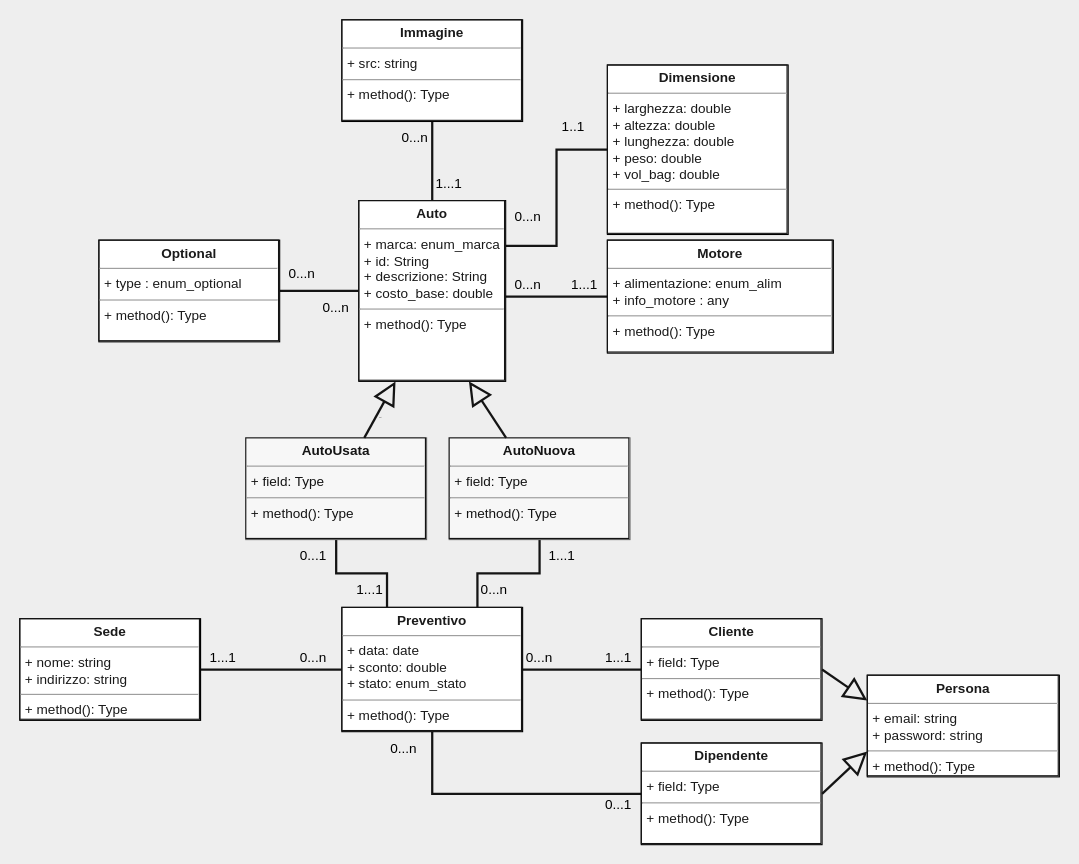
This is doc/UMLdiagram.drawio from 446f6e6e79/ConfiguratoreAuto, a draw.io file, before an edit. Source tidied: cells renumbered, new cells numbered last; positions are measured from the earlier drawing's top-left corner, leaving out a move shared by most shapes. Both pictures are drawn from the tidied source at 113%, with x=0, y=0 at pixel (19, 19).
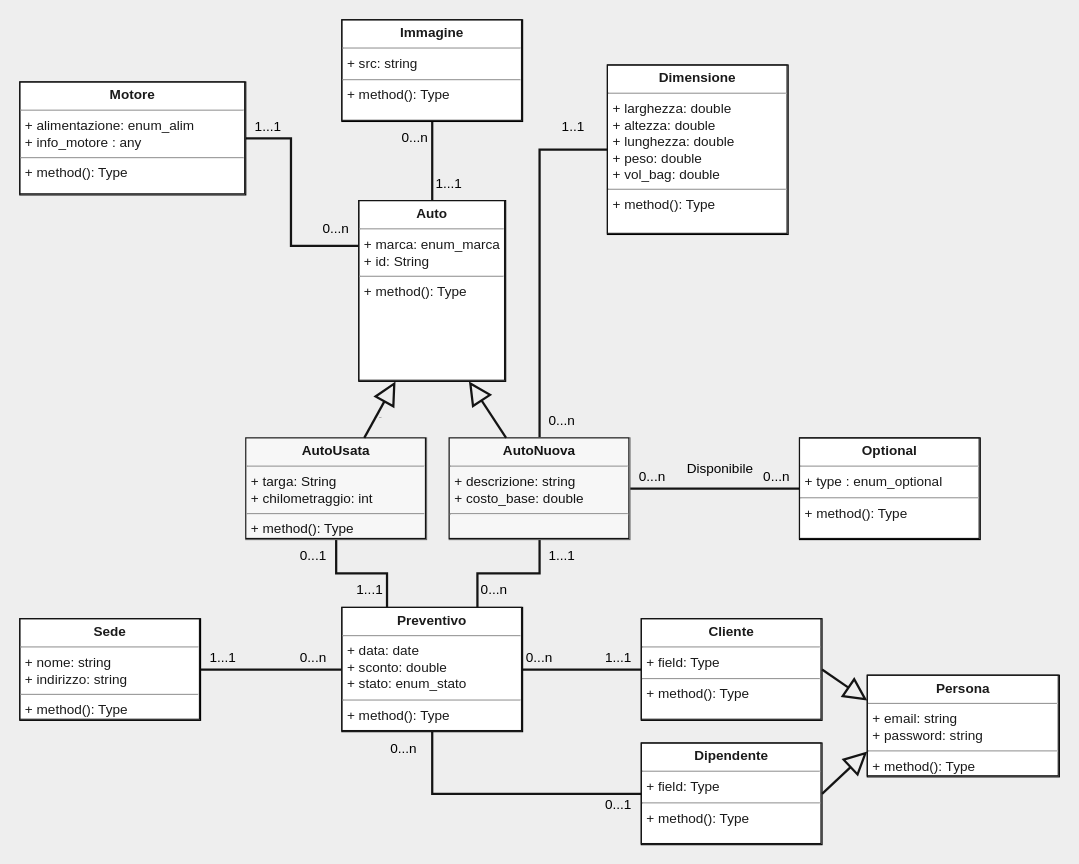
The same page after the edit.

Commit message (it also covers changes not shown here):
Small changes in Auto in the UML

The change refers to these unchanged cells:
```xml
<mxCell id="2" value="&lt;p style=&quot;margin:0px;margin-top:4px;text-align:center;&quot;&gt;&lt;b&gt;Dimensione&lt;/b&gt;&lt;/p&gt;&lt;hr size=&quot;1&quot;&gt;&lt;p style=&quot;margin:0px;margin-left:4px;&quot;&gt;+ larghezza: double&lt;/p&gt;&lt;p style=&quot;margin:0px;margin-left:4px;&quot;&gt;+ altezza: double&lt;/p&gt;&lt;p style=&quot;margin:0px;margin-left:4px;&quot;&gt;+ lunghezza: double&lt;/p&gt;&lt;p style=&quot;margin:0px;margin-left:4px;&quot;&gt;+ peso: double&lt;/p&gt;&lt;p style=&quot;margin:0px;margin-left:4px;&quot;&gt;+ vol_bag: double&lt;/p&gt;&lt;hr size=&quot;1&quot;&gt;&lt;p style=&quot;margin:0px;margin-left:4px;&quot;&gt;+ method(): Type&lt;/p&gt;" style="verticalAlign=top;align=left;overflow=fill;fontSize=12;fontFamily=Helvetica;html=1;labelBorderColor=#141414;fillColor=#FFFFFF;strokeColor=default;fontColor=#1A1A1A;rounded=0;" parent="1" vertex="1">
  <mxGeometry x="520" y="40" width="160" height="150" as="geometry" />
</mxCell>
```

Diff of the diagram source:
```diff
@@
-    <mxCell id="3" style="edgeStyle=orthogonalEdgeStyle;rounded=0;jettySize=auto;html=1;strokeColor=#141414;strokeWidth=2;endArrow=none;endFill=0;" parent="1" edge="1" source="4" target="9">
+    <mxCell id="3" style="edgeStyle=orthogonalEdgeStyle;rounded=0;jettySize=auto;html=1;strokeColor=#141414;strokeWidth=2;endArrow=none;endFill=0;entryX=1;entryY=0.5;entryDx=0;entryDy=0;" parent="1" edge="1" source="4" target="28">
       <mxGeometry relative="1" as="geometry" />
     </mxCell>
     <mxCell id="4" value="&lt;p style=&quot;margin:0px;margin-top:4px;text-align:center;&quot;&gt;&lt;b&gt;Optional&lt;/b&gt;&lt;/p&gt;&lt;hr size=&quot;1&quot;&gt;&lt;p style=&quot;margin:0px;margin-left:4px;&quot;&gt;+ type : enum_optional&lt;/p&gt;&lt;hr size=&quot;1&quot;&gt;&lt;p style=&quot;margin:0px;margin-left:4px;&quot;&gt;+ method(): Type&lt;/p&gt;" style="verticalAlign=top;align=left;overflow=fill;fontSize=12;fontFamily=Helvetica;html=1;labelBorderColor=#141414;fillColor=#FFFFFF;strokeColor=default;fontColor=#1A1A1A;rounded=0;" parent="1" vertex="1">
-      <mxGeometry x="70" y="195" width="160" height="90" as="geometry" />
+      <mxGeometry x="690" y="370" width="160" height="90" as="geometry" />
     </mxCell>
-    <mxCell id="5" style="edgeStyle=orthogonalEdgeStyle;rounded=0;jettySize=auto;html=1;strokeColor=#141414;strokeWidth=2;endArrow=none;endFill=0;exitX=0;exitY=0.5;exitDx=0;exitDy=0;" parent="1" edge="1" source="6">
+    <mxCell id="5" style="edgeStyle=orthogonalEdgeStyle;rounded=0;jettySize=auto;html=1;strokeColor=#141414;strokeWidth=2;endArrow=none;endFill=0;exitX=1;exitY=0.5;exitDx=0;exitDy=0;entryX=0;entryY=0.25;entryDx=0;entryDy=0;" parent="1" edge="1" source="6" target="9">
       <mxGeometry relative="1" as="geometry">
-        <mxPoint x="420" y="245" as="targetPoint" />
+        <Array as="points">
+          <mxPoint x="240" y="105" />
+          <mxPoint x="240" y="200" />
+        </Array>
       </mxGeometry>
     </mxCell>
     <mxCell id="6" value="&lt;p style=&quot;margin:0px;margin-top:4px;text-align:center;&quot;&gt;&lt;b&gt;Motore&lt;/b&gt;&lt;/p&gt;&lt;hr size=&quot;1&quot;&gt;&lt;p style=&quot;margin:0px;margin-left:4px;&quot;&gt;+ alimentazione: enum_alim&lt;/p&gt;&lt;p style=&quot;margin:0px;margin-left:4px;&quot;&gt;+ info_motore : any&lt;/p&gt;&lt;hr size=&quot;1&quot;&gt;&lt;p style=&quot;margin:0px;margin-left:4px;&quot;&gt;+ method(): Type&lt;/p&gt;" style="verticalAlign=top;align=left;overflow=fill;fontSize=12;fontFamily=Helvetica;html=1;labelBorderColor=#141414;fillColor=#FFFFFF;strokeColor=default;fontColor=#1A1A1A;rounded=0;" parent="1" vertex="1">
-      <mxGeometry x="520" y="195" width="200" height="100" as="geometry" />
+      <mxGeometry y="55" width="200" height="100" as="geometry" />
     </mxCell>
-    <mxCell id="7" style="edgeStyle=orthogonalEdgeStyle;rounded=0;jettySize=auto;html=1;exitX=1;exitY=0.25;exitDx=0;exitDy=0;entryX=0;entryY=0.5;entryDx=0;entryDy=0;strokeColor=#141414;strokeWidth=2;endArrow=none;endFill=0;" parent="1" edge="1" source="9" target="2">
+    <mxCell id="7" style="edgeStyle=orthogonalEdgeStyle;rounded=0;jettySize=auto;html=1;exitX=0.5;exitY=0;exitDx=0;exitDy=0;entryX=0;entryY=0.5;entryDx=0;entryDy=0;strokeColor=#141414;strokeWidth=2;endArrow=none;endFill=0;" parent="1" edge="1" source="28" target="2">
       <mxGeometry relative="1" as="geometry" />
     </mxCell>
@@
-    <mxCell id="9" value="&lt;p style=&quot;margin:0px;margin-top:4px;text-align:center;&quot;&gt;&lt;b&gt;Auto&lt;/b&gt;&lt;/p&gt;&lt;hr size=&quot;1&quot;&gt;&lt;p style=&quot;margin:0px;margin-left:4px;&quot;&gt;+ marca: enum_marca&lt;/p&gt;&lt;p style=&quot;margin:0px;margin-left:4px;&quot;&gt;+ id: String&lt;/p&gt;&lt;p style=&quot;margin:0px;margin-left:4px;&quot;&gt;+ descrizione: String&lt;/p&gt;&lt;p style=&quot;margin:0px;margin-left:4px;&quot;&gt;+ costo_base: double&lt;/p&gt;&lt;hr size=&quot;1&quot;&gt;&lt;p style=&quot;margin:0px;margin-left:4px;&quot;&gt;+ method(): Type&lt;/p&gt;" style="verticalAlign=top;align=left;overflow=fill;fontSize=12;fontFamily=Helvetica;html=1;labelBorderColor=#141414;fillColor=#FFFFFF;strokeColor=default;fontColor=#1A1A1A;rounded=0;" parent="1" vertex="1">
+    <mxCell id="9" value="&lt;p style=&quot;margin:0px;margin-top:4px;text-align:center;&quot;&gt;&lt;b&gt;Auto&lt;/b&gt;&lt;/p&gt;&lt;hr size=&quot;1&quot;&gt;&lt;p style=&quot;margin:0px;margin-left:4px;&quot;&gt;+ marca: enum_marca&lt;/p&gt;&lt;p style=&quot;margin:0px;margin-left:4px;&quot;&gt;+ id: String&lt;/p&gt;&lt;hr size=&quot;1&quot;&gt;&lt;p style=&quot;margin:0px;margin-left:4px;&quot;&gt;+ method(): Type&lt;/p&gt;" style="verticalAlign=top;align=left;overflow=fill;fontSize=12;fontFamily=Helvetica;html=1;labelBorderColor=#141414;fillColor=#FFFFFF;strokeColor=default;fontColor=#1A1A1A;rounded=0;" parent="1" vertex="1">
       <mxGeometry x="300" y="160" width="130" height="160" as="geometry" />
     </mxCell>
@@
     <mxCell id="17" value="0...n" style="text;html=1;align=center;verticalAlign=middle;whiteSpace=wrap;rounded=0;fontColor=#000000;" parent="1" vertex="1">
-      <mxGeometry x="220" y="210" width="60" height="30" as="geometry" />
+      <mxGeometry x="530" y="390" width="60" height="30" as="geometry" />
     </mxCell>
     <mxCell id="18" value="0...n" style="text;html=1;align=center;verticalAlign=middle;whiteSpace=wrap;rounded=0;fontColor=#000000;" parent="1" vertex="1">
-      <mxGeometry x="250" y="240" width="60" height="30" as="geometry" />
+      <mxGeometry x="640" y="390" width="60" height="30" as="geometry" />
     </mxCell>
     <mxCell id="19" value="0...n" style="text;html=1;align=center;verticalAlign=middle;whiteSpace=wrap;rounded=0;fontColor=#000000;" parent="1" vertex="1">
-      <mxGeometry x="420" y="220" width="60" height="30" as="geometry" />
+      <mxGeometry x="250" y="170" width="60" height="30" as="geometry" />
     </mxCell>
     <mxCell id="20" value="1...1" style="text;html=1;align=center;verticalAlign=middle;whiteSpace=wrap;rounded=0;fontColor=#000000;" parent="1" vertex="1">
-      <mxGeometry x="470" y="220" width="60" height="30" as="geometry" />
+      <mxGeometry x="190" y="80" width="60" height="30" as="geometry" />
     </mxCell>
     <mxCell id="21" value="0...n" style="text;html=1;align=center;verticalAlign=middle;whiteSpace=wrap;rounded=0;fontColor=#000000;" parent="1" vertex="1">
-      <mxGeometry x="420" y="160" width="60" height="30" as="geometry" />
+      <mxGeometry x="450" y="340" width="60" height="30" as="geometry" />
     </mxCell>
@@
-    <mxCell id="26" value="&lt;p style=&quot;margin:0px;margin-top:4px;text-align:center;&quot;&gt;&lt;b&gt;AutoUsata&lt;/b&gt;&lt;/p&gt;&lt;hr size=&quot;1&quot;&gt;&lt;p style=&quot;margin:0px;margin-left:4px;&quot;&gt;+ field: Type&lt;/p&gt;&lt;hr size=&quot;1&quot;&gt;&lt;p style=&quot;margin:0px;margin-left:4px;&quot;&gt;+ method(): Type&lt;/p&gt;" style="verticalAlign=top;align=left;overflow=fill;fontSize=12;fontFamily=Helvetica;html=1;labelBorderColor=#141414;fillColor=#f5f5f5;gradientColor=#b3b3b3;strokeColor=#666666;labelBackgroundColor=#F7F7F7;fontColor=#141414;" parent="1" vertex="1">
+    <mxCell id="26" value="&lt;p style=&quot;margin:0px;margin-top:4px;text-align:center;&quot;&gt;&lt;b&gt;AutoUsata&lt;/b&gt;&lt;/p&gt;&lt;hr size=&quot;1&quot;&gt;&lt;p style=&quot;margin:0px;margin-left:4px;&quot;&gt;+ targa: String&lt;/p&gt;&lt;p style=&quot;margin:0px;margin-left:4px;&quot;&gt;+&amp;nbsp;chilometraggio: int&lt;/p&gt;&lt;hr size=&quot;1&quot;&gt;&lt;p style=&quot;margin:0px;margin-left:4px;&quot;&gt;+ method(): Type&lt;/p&gt;" style="verticalAlign=top;align=left;overflow=fill;fontSize=12;fontFamily=Helvetica;html=1;labelBorderColor=#141414;fillColor=#f5f5f5;gradientColor=#b3b3b3;strokeColor=#666666;labelBackgroundColor=#F7F7F7;fontColor=#141414;" parent="1" vertex="1">
       <mxGeometry x="200" y="370" width="160" height="90" as="geometry" />
     </mxCell>
@@
-    <mxCell id="28" value="&lt;p style=&quot;margin:0px;margin-top:4px;text-align:center;&quot;&gt;&lt;b&gt;AutoNuova&lt;/b&gt;&lt;/p&gt;&lt;hr size=&quot;1&quot;&gt;&lt;p style=&quot;margin:0px;margin-left:4px;&quot;&gt;+ field: Type&lt;/p&gt;&lt;hr size=&quot;1&quot;&gt;&lt;p style=&quot;margin:0px;margin-left:4px;&quot;&gt;+ method(): Type&lt;/p&gt;" style="verticalAlign=top;align=left;overflow=fill;fontSize=12;fontFamily=Helvetica;html=1;labelBorderColor=#141414;fillColor=#f5f5f5;gradientColor=#b3b3b3;strokeColor=#666666;labelBackgroundColor=#F7F7F7;fontColor=#141414;" parent="1" vertex="1">
+    <mxCell id="28" value="&lt;p style=&quot;margin:0px;margin-top:4px;text-align:center;&quot;&gt;&lt;b&gt;AutoNuova&lt;/b&gt;&lt;/p&gt;&lt;hr size=&quot;1&quot;&gt;&lt;p style=&quot;margin:0px;margin-left:4px;&quot;&gt;+ descrizione: string&lt;/p&gt;&lt;p style=&quot;margin:0px;margin-left:4px;&quot;&gt;+ costo_base: double&lt;/p&gt;&lt;hr&gt;" style="verticalAlign=top;align=left;overflow=fill;fontSize=12;fontFamily=Helvetica;html=1;labelBorderColor=#141414;fillColor=#f5f5f5;gradientColor=#b3b3b3;strokeColor=#666666;labelBackgroundColor=#F7F7F7;fontColor=#141414;" parent="1" vertex="1">
       <mxGeometry x="380" y="370" width="160" height="90" as="geometry" />
     </mxCell>
@@
+    <mxCell id="46" value="&lt;font color=&quot;#000000&quot;&gt;Disponibile&lt;br&gt;&lt;br&gt;&lt;/font&gt;" style="text;html=1;strokeColor=none;fillColor=none;align=center;verticalAlign=middle;whiteSpace=wrap;rounded=0;" parent="1" vertex="1">
+      <mxGeometry x="590" y="390" width="60" height="30" as="geometry" />
+    </mxCell>
```
